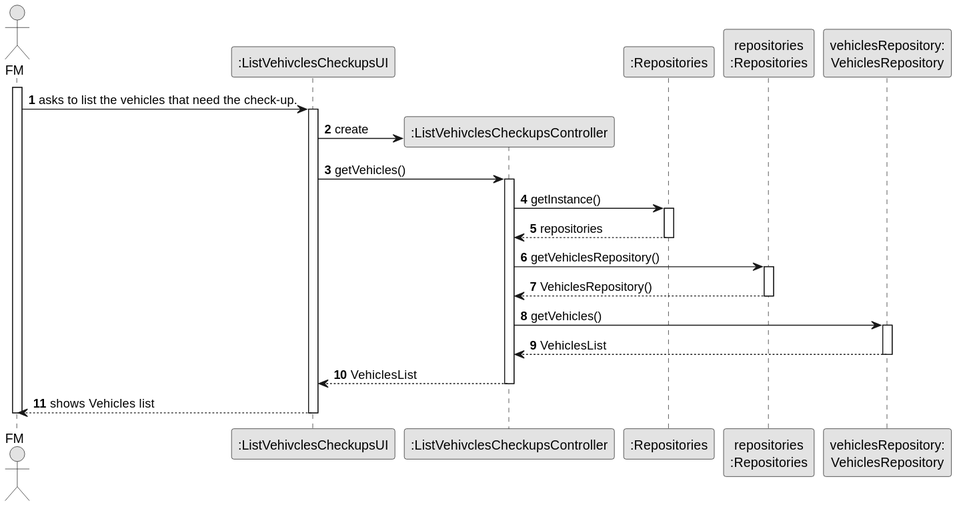
Above: docs/sprintC/us028/03.design/svg/us008-sequence-diagram-full.svg in Departamento-de-Engenharia-Informatica/lei-24-s2-1do-g164 (PlantUML), before the change.
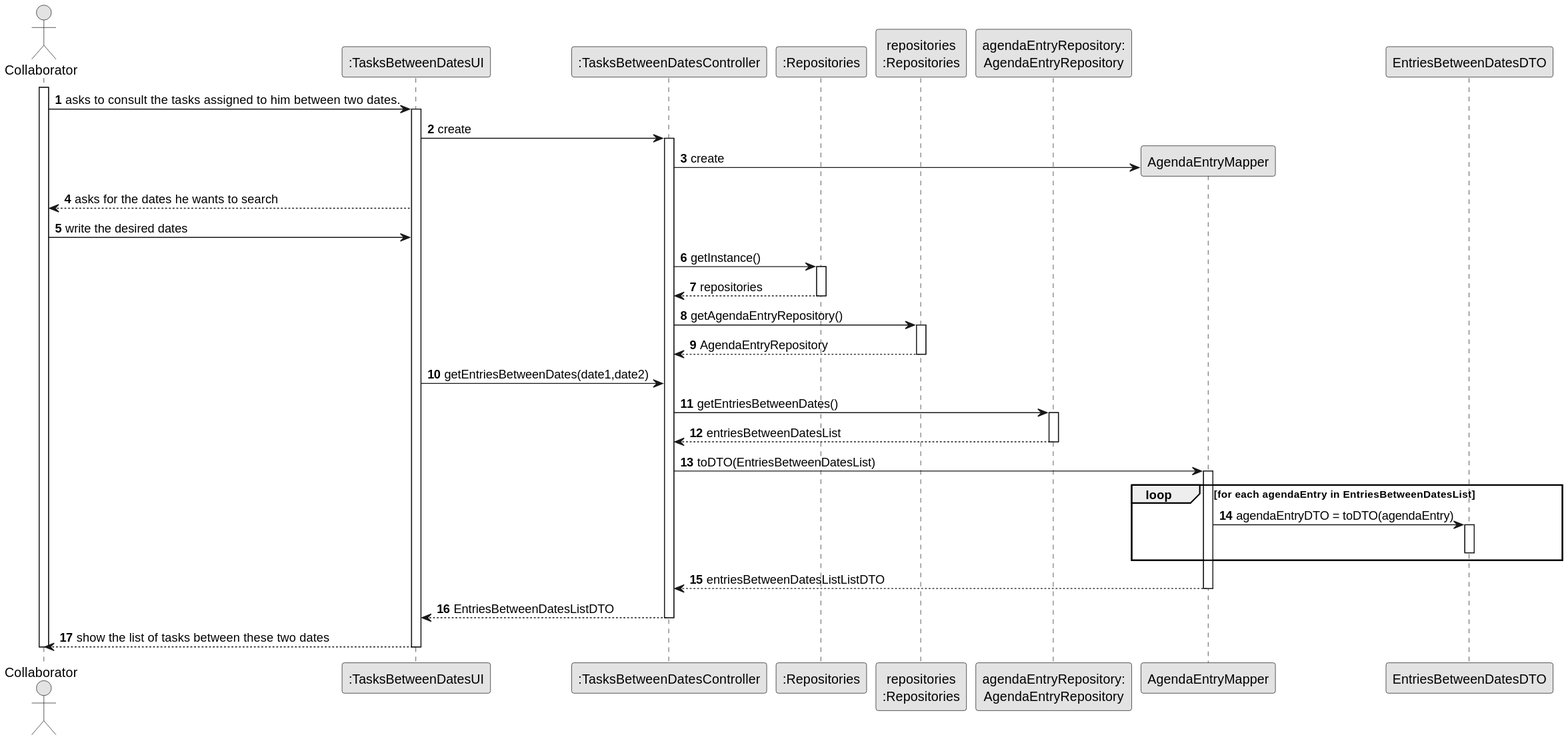
The same diagram one commit later.

Change to the diagram source:
```diff
@@ -5,49 +5,64 @@
 
 autonumber
 
-actor "FM" as ADM
-participant ":ListVehivclesCheckupsUI" as UI
-participant ":ListVehivclesCheckupsController" as CTRL
+actor "Collaborator" as ADM
+participant ":TasksBetweenDatesUI" as UI
+participant ":TasksBetweenDatesController" as CTRL
 participant ":Repositories" as RepositorySingleton
 participant "repositories\n:Repositories" as PLAT
-participant "vehiclesRepository:\nVehiclesRepository" as TaskCategoryRepository
-
+participant "agendaEntryRepository:\nAgendaEntryRepository" as Repo
+participant "AgendaEntryMapper"
+participant "EntriesBetweenDatesDTO"
 
 activate ADM
 
-        ADM -> UI : asks to list the vehicles that need the check-up.
+ADM -> UI : asks to consult the tasks assigned to him between two dates.
+activate UI
 
-        activate UI
+UI -> CTRL : create
+activate CTRL
+ CTRL-> "AgendaEntryMapper"** : create
+deactivate "AgendaEntryMapper"
 
-            UI -> CTRL** : create
+UI --> ADM : asks for the dates he wants to search
+ADM -> UI : write the desired dates
 
-            UI -> CTRL : getVehicles()
-            activate CTRL
+CTRL -> RepositorySingleton : getInstance()
+activate RepositorySingleton
 
-                CTRL -> RepositorySingleton : getInstance()
-                activate RepositorySingleton
+RepositorySingleton --> CTRL: repositories
+deactivate RepositorySingleton
 
-                    RepositorySingleton --> CTRL: repositories
-                deactivate RepositorySingleton
+CTRL -> PLAT : getAgendaEntryRepository()
+activate PLAT
 
-                CTRL -> PLAT : getVehiclesRepository()
-                activate PLAT
+PLAT --> CTRL: AgendaEntryRepository
+deactivate PLAT
 
-                    PLAT --> CTRL: VehiclesRepository()
-                deactivate PLAT
+UI -> CTRL : getEntriesBetweenDates(date1,date2)
 
-                CTRL -> TaskCategoryRepository : getVehicles()
-                activate TaskCategoryRepository
+CTRL -> Repo : getEntriesBetweenDates()
+activate Repo
 
-                    TaskCategoryRepository --> CTRL : VehiclesList
-                deactivate TaskCategoryRepository
+Repo --> CTRL :entriesBetweenDatesList
+deactivate Repo
 
-                CTRL --> UI : VehiclesList
+CTRL -> "AgendaEntryMapper": toDTO(EntriesBetweenDatesList)
+activate "AgendaEntryMapper"
+
+loop for each agendaEntry in EntriesBetweenDatesList
+    "AgendaEntryMapper" -> "EntriesBetweenDatesDTO" : agendaEntryDTO = toDTO(agendaEntry)
+    activate "EntriesBetweenDatesDTO"
+    deactivate "EntriesBetweenDatesDTO"
+end
+
+"AgendaEntryMapper" --> CTRL : entriesBetweenDatesListListDTO
+deactivate "AgendaEntryMapper"
+  CTRL --> UI : EntriesBetweenDatesListDTO
             deactivate CTRL
 
-            UI --> ADM : shows Vehicles list
-        deactivate UI
-
+UI --> ADM : show the list of tasks between these two dates
+deactivate UI
 
 deactivate ADM
 @enduml
```
